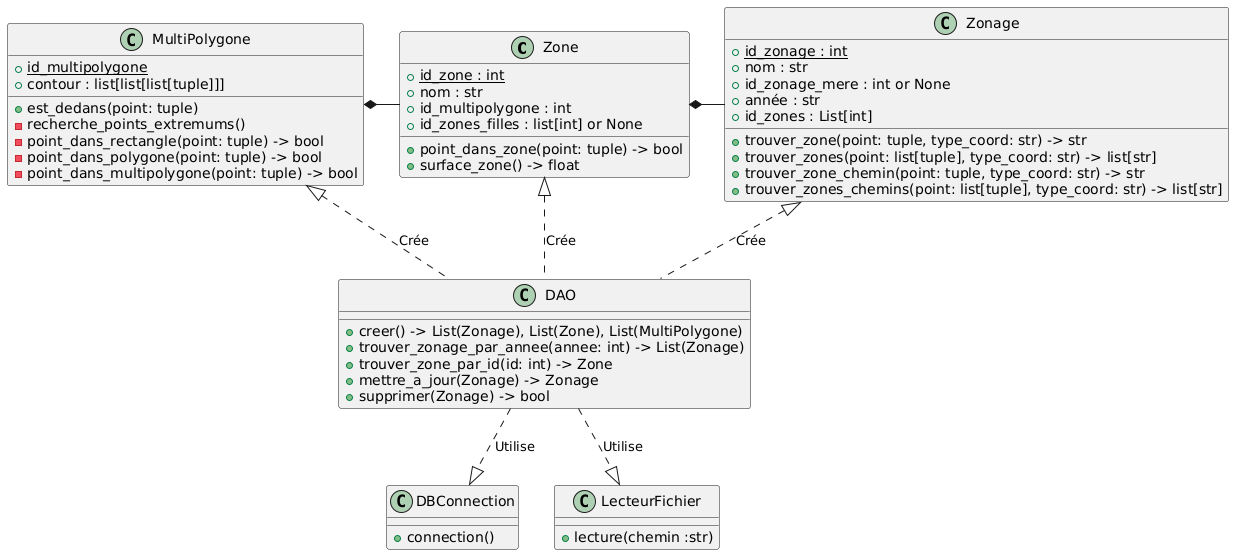
antoni-guardia/ENSAI_ProjetInfo2A keeps this PlantUML diagram as doc/diagrammes/diagramme_classes.png. Above is the earlier version.
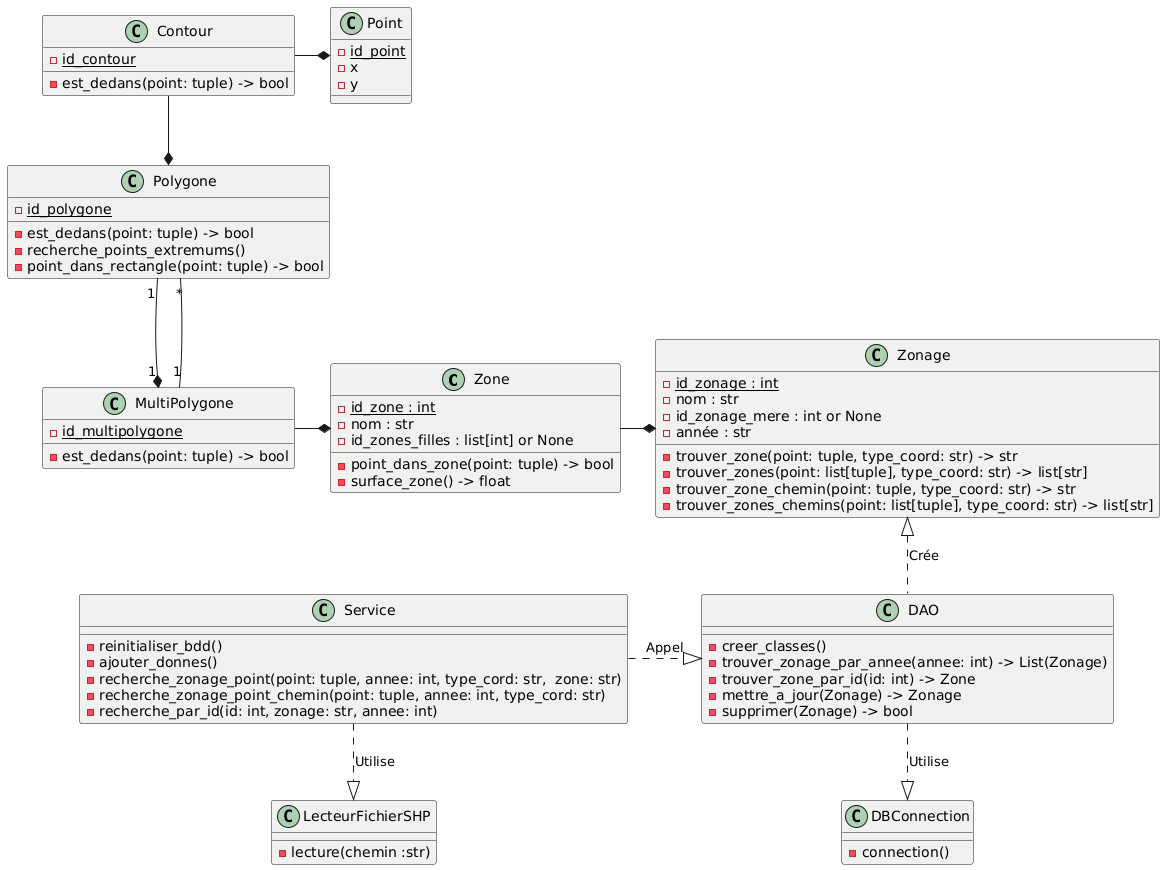
Above is the later version.

Commit message:
maj diag rela et classes

Diff of the diagram source:
```diff
@@ -1,60 +1,85 @@
 @startuml
 class Zone {
- + {Static} id_zone : int
- + nom : str
- + id_multipolygone : int
- + id_zones_filles : list[int] or None
- + point_dans_zone(point: tuple) -> bool
- + surface_zone() -> float
+ - {Static} id_zone : int
+ - nom : str
+ - id_zones_filles : list[int] or None
+ - point_dans_zone(point: tuple) -> bool
+ - surface_zone() -> float
  }
 
 class Zonage {
- + {Static} id_zonage : int
- + nom : str
- + id_zonage_mere : int or None
- + année : str
- + id_zones : List[int]
- + trouver_zone(point: tuple, type_coord: str) -> str
- + trouver_zones(point: list[tuple], type_coord: str) -> list[str]
- + trouver_zone_chemin(point: tuple, type_coord: str) -> str
- + trouver_zones_chemins(point: list[tuple], type_coord: str) -> list[str]
+ - {Static} id_zonage : int
+ - nom : str
+ - id_zonage_mere : int or None
+ - année : str
+ - trouver_zone(point: tuple, type_coord: str) -> str
+ - trouver_zones(point: list[tuple], type_coord: str) -> list[str]
+ - trouver_zone_chemin(point: tuple, type_coord: str) -> str
+ - trouver_zones_chemins(point: list[tuple], type_coord: str) -> list[str]
  }
 
 class MultiPolygone{
- + {Static} id_multipolygone
- + contour : list[list[list[tuple]]]
- + est_dedans(point: tuple)
+ - {Static} id_multipolygone
+ - est_dedans(point: tuple) -> bool
+ }
+
+
+class Polygone{
+ - {Static} id_polygone
+
+ - est_dedans(point: tuple) -> bool
  - recherche_points_extremums()
  - point_dans_rectangle(point: tuple) -> bool
- - point_dans_polygone(point: tuple) -> bool
- - point_dans_multipolygone(point: tuple) -> bool
- }
+}
+
+class Contour{
+ - {Static} id_contour
+ - est_dedans(point: tuple) -> bool
+}
+
+class Point{
+ - {Static} id_point
+ - x
+ - y
+}
 
 class DAO{
-  + creer() -> List(Zonage), List(Zone), List(MultiPolygone)
-  + trouver_zonage_par_annee(annee: int) -> List(Zonage)
-  + trouver_zone_par_id(id: int) -> Zone
-  + mettre_a_jour(Zonage) -> Zonage
-  + supprimer(Zonage) -> bool
+  - creer_classes()
+  - trouver_zonage_par_annee(annee: int) -> List(Zonage)
+  - trouver_zone_par_id(id: int) -> Zone
+  - mettre_a_jour(Zonage) -> Zonage
+  - supprimer(Zonage) -> bool
 }
 
 
 
 class DBConnection{
-+ connection()
+- connection()
 }
 
-class LecteurFichier{
-+ lecture(chemin :str)
+class LecteurFichierSHP{
+- lecture(chemin :str)
 }
 
+class Service{
+- reinitialiser_bdd()
+- ajouter_donnes()
+- recherche_zonage_point(point: tuple, annee: int, type_cord: str,  zone: str)
+- recherche_zonage_point_chemin(point: tuple, annee: int, type_cord: str)
+- recherche_par_id(id: int, zonage: str, annee: int)
+}
 
+Contour -right-* Point
+Contour --* Polygone
+Polygone "1"-down-*"1" MultiPolygone
+Polygone "*"-down-"1" MultiPolygone
 
-Zone -left-* MultiPolygone
-Zone *-right- Zonage
-Zone <|.. DAO : Crée
+Zone *-left- MultiPolygone
+Zone -right-* Zonage
+
 Zonage <|.. DAO : Crée
-MultiPolygone <|.. DAO : Crée
+
 DBConnection <|.up. DAO : Utilise
-LecteurFichier <|.up. DAO : Utilise
+LecteurFichierSHP <|.up. Service : Utilise
+Service ..-right-|> DAO : Appel
 @enduml
```
